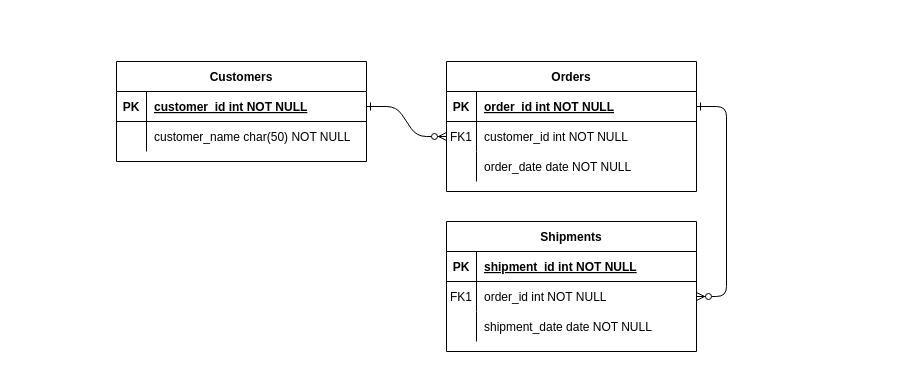
Earlier version of the draw.io diagram Romania.drawio (RalucaDB/sem_2_raluca). Source tidied: cells renumbered, new cells numbered last; positions are measured from the earlier drawing's top-left corner, leaving out a move shared by most shapes. Both pictures are drawn from the tidied source at 100%, with x=0, y=0 at pixel (116, 61).
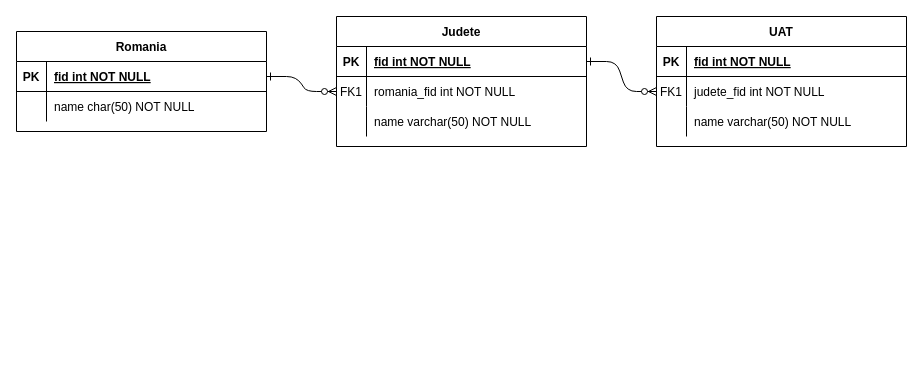
The same page after the edit.

Unchanged cells that the change refers to:
```xml
<mxCell id="5" style="shape=partialRectangle;fillColor=none;points=[[0,0.5],[1,0.5]];portConstraint=eastwest;top=0;left=0;right=0;bottom=1;" parent="4" vertex="1">
  <mxGeometry y="30" width="250" height="30" as="geometry" />
</mxCell>
<mxCell id="8" style="shape=partialRectangle;fillColor=none;points=[[0,0.5],[1,0.5]];portConstraint=eastwest;top=0;left=0;right=0;bottom=0;" parent="4" vertex="1">
  <mxGeometry y="60" width="250" height="30" as="geometry" />
</mxCell>
<mxCell id="11" style="shape=partialRectangle;fillColor=none;top=0;left=0;right=0;bottom=0;" parent="4" vertex="1">
  <mxGeometry y="90" width="250" height="30" as="geometry" />
</mxCell>
<mxCell id="15" style="shape=partialRectangle;fillColor=none;top=0;left=0;right=0;bottom=1;" parent="14" vertex="1">
  <mxGeometry y="30" width="250" height="30" as="geometry" />
</mxCell>
<mxCell id="18" style="shape=partialRectangle;fillColor=none;points=[[0,0.5],[1,0.5]];portConstraint=eastwest;top=0;left=0;right=0;bottom=0;" parent="14" vertex="1">
  <mxGeometry y="60" width="250" height="30" as="geometry" />
</mxCell>
<mxCell id="21" style="shape=partialRectangle;fillColor=none;top=0;left=0;right=0;bottom=0;" parent="14" vertex="1">
  <mxGeometry y="90" width="250" height="30" as="geometry" />
</mxCell>
<mxCell id="25" style="shape=partialRectangle;fillColor=none;points=[[0,0.5],[1,0.5]];portConstraint=eastwest;top=0;left=0;right=0;bottom=1;" parent="24" vertex="1">
  <mxGeometry y="30" width="250" height="30" as="geometry" />
</mxCell>
<mxCell id="28" style="shape=partialRectangle;fillColor=none;top=0;left=0;right=0;bottom=0;" parent="24" vertex="1">
  <mxGeometry y="60" width="250" height="30" as="geometry" />
</mxCell>
```

The edit, as a diff of the source:
```diff
@@
-    <mxCell id="4" value="Orders" style="shape=table;startSize=30;childLayout=tableLayout;rowLines=0;fontStyle=1;align=center;" parent="1" vertex="1">
-      <mxGeometry x="330" width="250" height="130" as="geometry" />
+    <mxCell id="4" value="Judete" style="shape=table;startSize=30;childLayout=tableLayout;rowLines=0;fontStyle=1;align=center;" parent="1" vertex="1">
+      <mxGeometry x="220" y="-45" width="250" height="130" as="geometry" />
     </mxCell>
@@
-    <mxCell id="7" value="order_id int NOT NULL " style="shape=partialRectangle;overflow=hidden;fillColor=none;top=0;left=0;bottom=0;right=0;align=left;spacingLeft=6;fontStyle=5;" parent="5" vertex="1">
+    <mxCell id="7" value="fid int NOT NULL " style="shape=partialRectangle;overflow=hidden;fillColor=none;top=0;left=0;bottom=0;right=0;align=left;spacingLeft=6;fontStyle=5;" parent="5" vertex="1">
       <mxGeometry x="30" width="220" height="30" as="geometry" />
     </mxCell>
@@
-    <mxCell id="10" value="customer_id int NOT NULL" style="shape=partialRectangle;overflow=hidden;fillColor=none;top=0;left=0;bottom=0;right=0;align=left;spacingLeft=6;" parent="8" vertex="1">
+    <mxCell id="10" value="romania_fid int NOT NULL" style="shape=partialRectangle;overflow=hidden;fillColor=none;top=0;left=0;bottom=0;right=0;align=left;spacingLeft=6;" parent="8" vertex="1">
       <mxGeometry x="30" width="220" height="30" as="geometry" />
     </mxCell>
@@
-    <mxCell id="13" value="order_date date NOT NULL" style="shape=partialRectangle;overflow=hidden;fillColor=none;top=0;left=0;bottom=0;right=0;align=left;spacingLeft=6;" parent="11" vertex="1">
+    <mxCell id="13" value="name varchar(50) NOT NULL" style="shape=partialRectangle;overflow=hidden;fillColor=none;top=0;left=0;bottom=0;right=0;align=left;spacingLeft=6;" parent="11" vertex="1">
       <mxGeometry x="30" width="220" height="30" as="geometry" />
     </mxCell>
-    <mxCell id="14" value="Shipments" style="shape=table;startSize=30;childLayout=tableLayout;rowLines=0;fontStyle=1;align=center;" parent="1" vertex="1">
-      <mxGeometry x="330" y="160" width="250" height="130" as="geometry" />
+    <mxCell id="14" value="UAT" style="shape=table;startSize=30;childLayout=tableLayout;rowLines=0;fontStyle=1;align=center;" parent="1" vertex="1">
+      <mxGeometry x="540" y="-45" width="250" height="130" as="geometry" />
     </mxCell>
@@
-    <mxCell id="17" value="shipment_id int NOT NULL " style="shape=partialRectangle;overflow=hidden;fillColor=none;top=0;left=0;bottom=0;right=0;align=left;spacingLeft=6;fontStyle=5;" parent="15" vertex="1">
+    <mxCell id="17" value="fid int NOT NULL " style="shape=partialRectangle;overflow=hidden;fillColor=none;top=0;left=0;bottom=0;right=0;align=left;spacingLeft=6;fontStyle=5;" parent="15" vertex="1">
       <mxGeometry x="30" width="220" height="30" as="geometry" />
     </mxCell>
@@
-    <mxCell id="20" value="order_id int NOT NULL" style="shape=partialRectangle;overflow=hidden;fillColor=none;top=0;left=0;bottom=0;right=0;align=left;spacingLeft=6;" parent="18" vertex="1">
+    <mxCell id="20" value="judete_fid int NOT NULL" style="shape=partialRectangle;overflow=hidden;fillColor=none;top=0;left=0;bottom=0;right=0;align=left;spacingLeft=6;" parent="18" vertex="1">
       <mxGeometry x="30" width="220" height="30" as="geometry" />
     </mxCell>
@@
-    <mxCell id="23" value="shipment_date date NOT NULL" style="shape=partialRectangle;overflow=hidden;fillColor=none;top=0;left=0;bottom=0;right=0;align=left;spacingLeft=6;" parent="21" vertex="1">
+    <mxCell id="23" value="name varchar(50) NOT NULL" style="shape=partialRectangle;overflow=hidden;fillColor=none;top=0;left=0;bottom=0;right=0;align=left;spacingLeft=6;" parent="21" vertex="1">
       <mxGeometry x="30" width="220" height="30" as="geometry" />
     </mxCell>
-    <mxCell id="24" value="Customers" style="shape=table;startSize=30;childLayout=tableLayout;rowLines=0;fontStyle=1;align=center;" parent="1" vertex="1">
-      <mxGeometry width="250" height="100" as="geometry" />
+    <mxCell id="24" value="Romania" style="shape=table;startSize=30;childLayout=tableLayout;rowLines=0;fontStyle=1;align=center;" parent="1" vertex="1">
+      <mxGeometry x="-100" y="-30" width="250" height="100" as="geometry" />
     </mxCell>
@@
-    <mxCell id="27" value="customer_id int NOT NULL " style="shape=partialRectangle;overflow=hidden;fillColor=none;top=0;left=0;bottom=0;right=0;align=left;spacingLeft=6;fontStyle=5;" parent="25" vertex="1">
+    <mxCell id="27" value="fid int NOT NULL" style="shape=partialRectangle;overflow=hidden;fillColor=none;top=0;left=0;bottom=0;right=0;align=left;spacingLeft=6;fontStyle=5;" parent="25" vertex="1">
       <mxGeometry x="30" width="220" height="30" as="geometry" />
     </mxCell>
@@
-    <mxCell id="30" value="customer_name char(50) NOT NULL" style="shape=partialRectangle;overflow=hidden;fillColor=none;top=0;left=0;bottom=0;right=0;align=left;spacingLeft=6;" parent="28" vertex="1">
+    <mxCell id="30" value="name char(50) NOT NULL" style="shape=partialRectangle;overflow=hidden;fillColor=none;top=0;left=0;bottom=0;right=0;align=left;spacingLeft=6;" parent="28" vertex="1">
       <mxGeometry x="30" width="220" height="30" as="geometry" />
     </mxCell>
```
